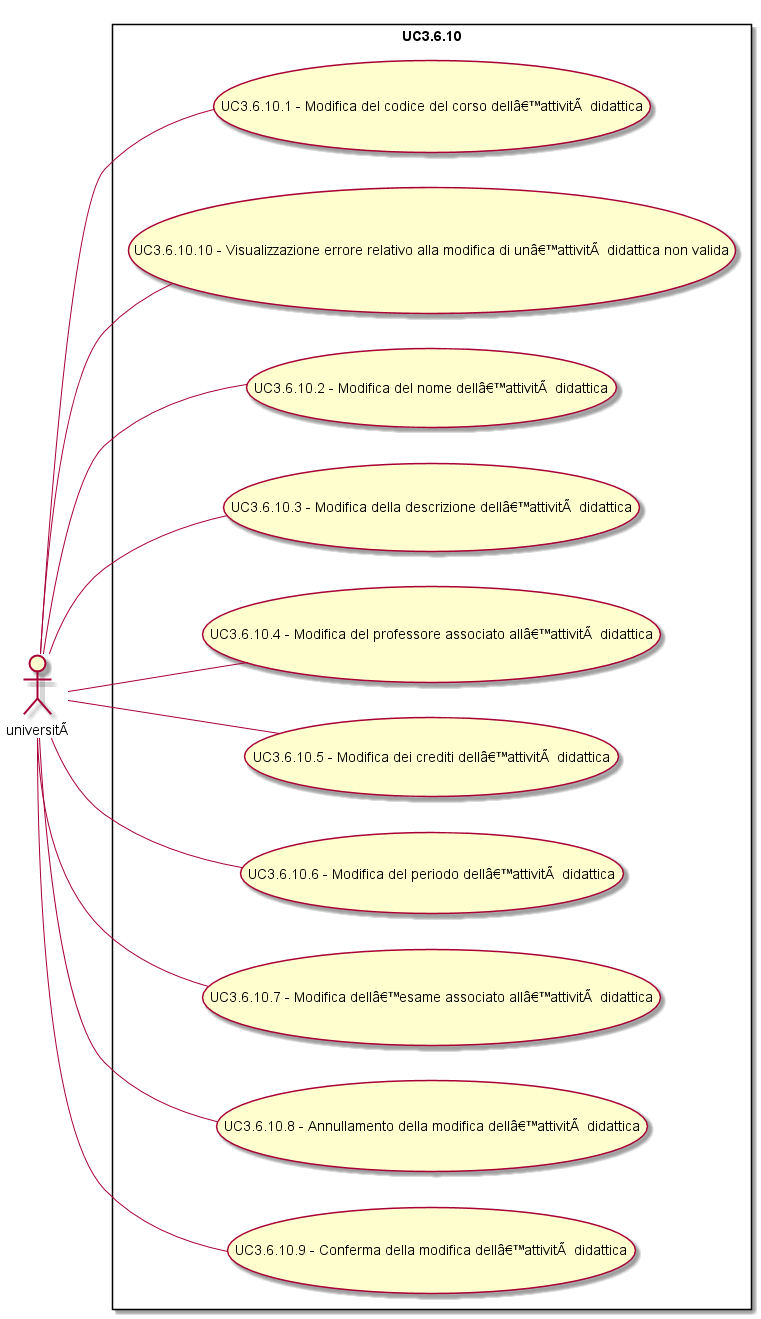
This is Analisi dei requisiti/img/UC3-6-10.png from SOS-SonsOfSwe/Marvin, a PlantUML export, as it was before one commit. Source of this version:
```plantuml
@startuml
left to right direction
skinparam packageStyle rectangle
actor universitÃ
rectangle UC3.6.10 {
universitÃ  -- (UC3.6.10.1 - Modifica del codice del corso dellâ??attivitÃ  didattica)
universitÃ  -- (UC3.6.10.10 - Visualizzazione errore relativo alla modifica di unâ??attivitÃ  didattica non valida)
universitÃ  -- (UC3.6.10.2 - Modifica del nome dellâ??attivitÃ  didattica)
universitÃ  -- (UC3.6.10.3 - Modifica della descrizione dellâ??attivitÃ  didattica)
universitÃ  -- (UC3.6.10.4 - Modifica del professore associato allâ??attivitÃ  didattica)
universitÃ  -- (UC3.6.10.5 - Modifica dei crediti dellâ??attivitÃ  didattica)
universitÃ  -- (UC3.6.10.6 - Modifica del periodo dellâ??attivitÃ  didattica)
universitÃ  -- (UC3.6.10.7 - Modifica dellâ??esame associato allâ??attivitÃ  didattica)
universitÃ  -- (UC3.6.10.8 - Annullamento della modifica dellâ??attivitÃ  didattica)
universitÃ  -- (UC3.6.10.9 - Conferma della modifica dellâ??attivitÃ  didattica)
}
@enduml
```
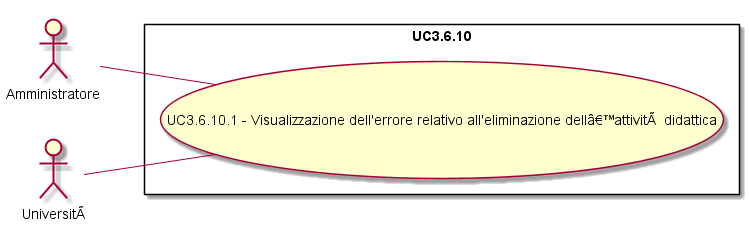
The same file after the commit.

Diff of the diagram source:
```diff
@@ -1,17 +1,10 @@
 @startuml
 left to right direction
 skinparam packageStyle rectangle
-actor universitÃ
+actor Amministratore
+actor UniversitÃ
 rectangle UC3.6.10 {
-universitÃ  -- (UC3.6.10.1 - Modifica del codice del corso dellâ??attivitÃ  didattica)
-universitÃ  -- (UC3.6.10.10 - Visualizzazione errore relativo alla modifica di unâ??attivitÃ  didattica non valida)
-universitÃ  -- (UC3.6.10.2 - Modifica del nome dellâ??attivitÃ  didattica)
-universitÃ  -- (UC3.6.10.3 - Modifica della descrizione dellâ??attivitÃ  didattica)
-universitÃ  -- (UC3.6.10.4 - Modifica del professore associato allâ??attivitÃ  didattica)
-universitÃ  -- (UC3.6.10.5 - Modifica dei crediti dellâ??attivitÃ  didattica)
-universitÃ  -- (UC3.6.10.6 - Modifica del periodo dellâ??attivitÃ  didattica)
-universitÃ  -- (UC3.6.10.7 - Modifica dellâ??esame associato allâ??attivitÃ  didattica)
-universitÃ  -- (UC3.6.10.8 - Annullamento della modifica dellâ??attivitÃ  didattica)
-universitÃ  -- (UC3.6.10.9 - Conferma della modifica dellâ??attivitÃ  didattica)
+Amministratore -- (UC3.6.10.1 - Visualizzazione dell'errore relativo all'eliminazione dellâ??attivitÃ  didattica)
+UniversitÃ  -- (UC3.6.10.1 - Visualizzazione dell'errore relativo all'eliminazione dellâ??attivitÃ  didattica)
 }
 @enduml
```
